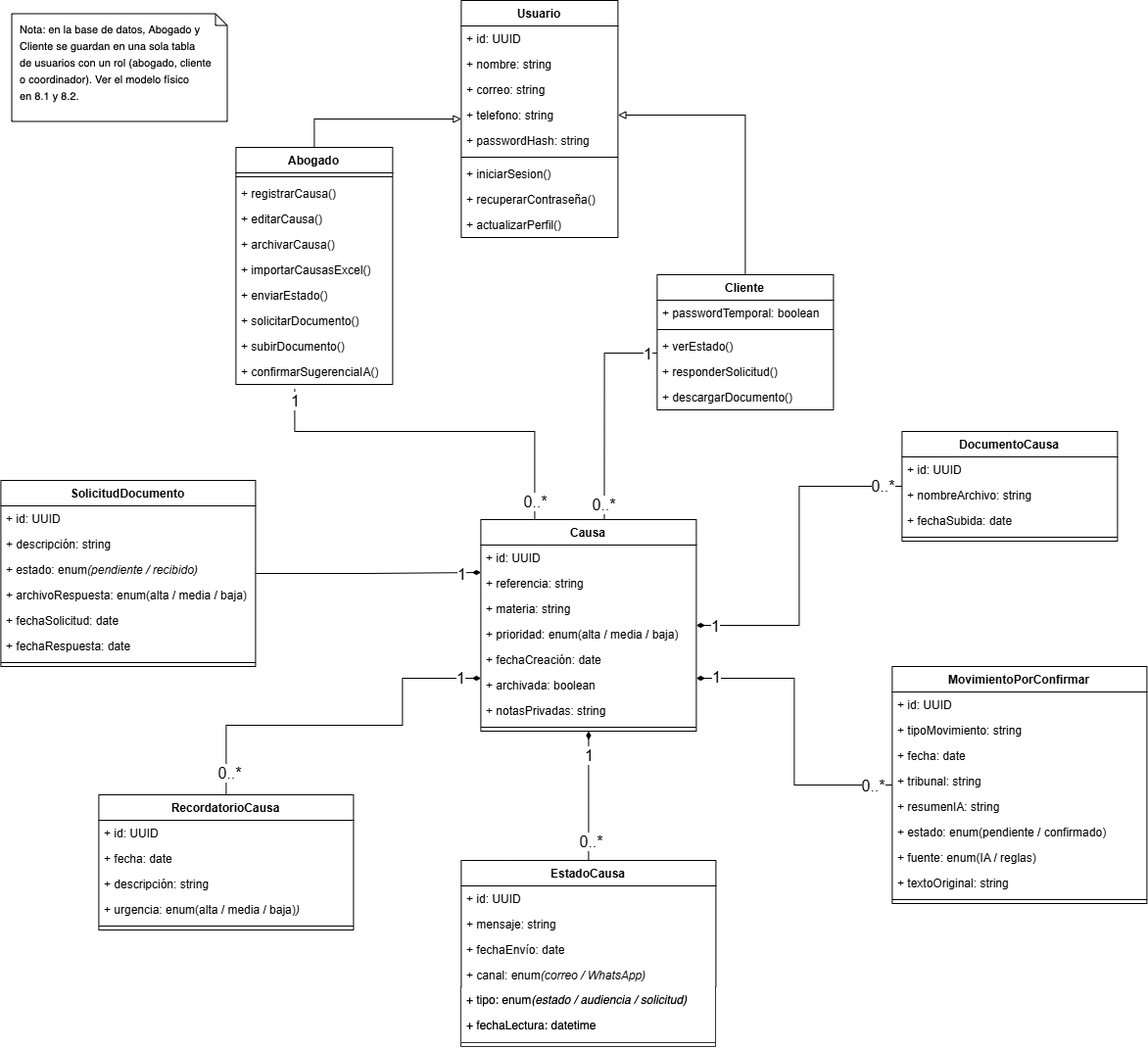
Before: Fase 2/Evidencias Proyecto/Documentacion/Diseño v2/Diagramas/diagrama_clases_v2.drawio.png, a diagram exported from draw.io (sebastianroman16/CAPSTONE). Source tidied: cells renumbered, new cells last; positions are measured from the earlier drawing's top-left corner, leaving out a move shared by most shapes.
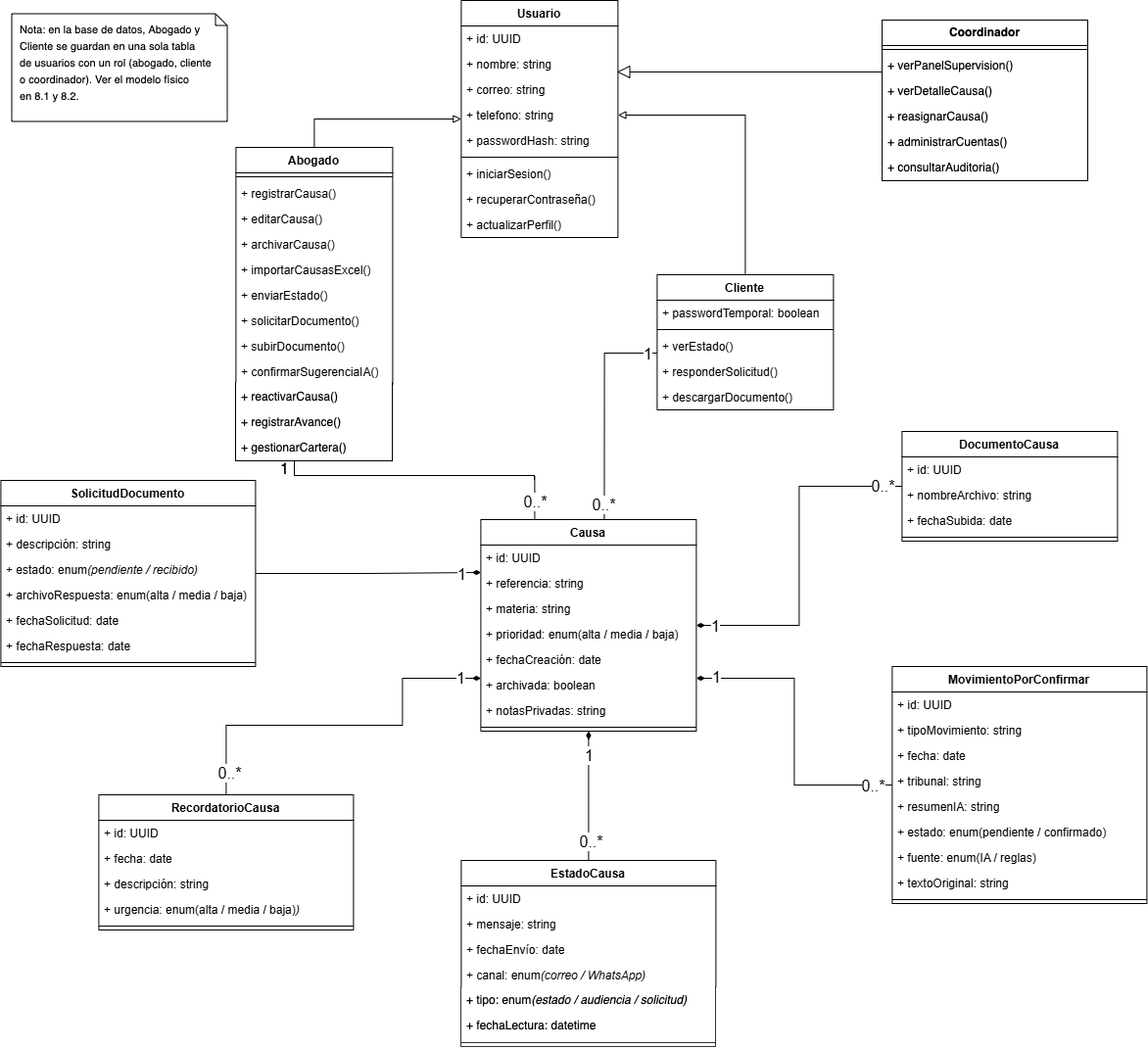
After the change.

The edit, as a diff of the source:
```diff
@@ -54,7 +54,7 @@
       </mxGeometry>
     </mxCell>
     <mxCell id="16" value="Abogado" style="swimlane;fontStyle=1;align=center;verticalAlign=top;horizontal=1;startSize=26;whiteSpace=wrap;html=1;" parent="1" vertex="1">
-      <mxGeometry x="240" y="150" width="160" height="242" as="geometry" />
+      <mxGeometry x="240" y="150" width="160" height="320" as="geometry" />
     </mxCell>
     <mxCell id="17" style="line;strokeWidth=1;fillColor=none;align=left;verticalAlign=middle;spacingTop=-1;spacingLeft=3;spacingRight=3;labelPosition=right;strokeColor=inherit;" parent="16" vertex="1">
       <mxGeometry y="26" width="160" height="8" as="geometry" />
@@ -83,6 +83,15 @@
     <mxCell id="25" value="+&amp;nbsp;confirmarSugerenciaIA()" style="text;strokeColor=none;fillColor=none;align=left;verticalAlign=top;spacingLeft=4;spacingRight=4;overflow=hidden;points=[[0,0.5],[1,0.5]];portConstraint=eastwest;whiteSpace=wrap;html=1;" parent="16" vertex="1">
       <mxGeometry y="216" width="160" height="26" as="geometry" />
     </mxCell>
+    <mxCell id="97" value="+ reactivarCausa()" style="text;strokeColor=none;fillColor=none;align=left;verticalAlign=top;spacingLeft=4;spacingRight=4;overflow=hidden;whiteSpace=wrap;html=1;" parent="16" vertex="1">
+      <mxGeometry y="242" width="160" height="26" as="geometry" />
+    </mxCell>
+    <mxCell id="98" value="+ registrarAvance()" style="text;strokeColor=none;fillColor=none;align=left;verticalAlign=top;spacingLeft=4;spacingRight=4;overflow=hidden;whiteSpace=wrap;html=1;" parent="16" vertex="1">
+      <mxGeometry y="268" width="160" height="26" as="geometry" />
+    </mxCell>
+    <mxCell id="99" value="+ gestionarCartera()" style="text;strokeColor=none;fillColor=none;align=left;verticalAlign=top;spacingLeft=4;spacingRight=4;overflow=hidden;whiteSpace=wrap;html=1;" parent="16" vertex="1">
+      <mxGeometry y="294" width="160" height="26" as="geometry" />
+    </mxCell>
     <mxCell id="26" style="edgeStyle=orthogonalEdgeStyle;rounded=0;jettySize=auto;html=1;entryX=1;entryY=0.5;entryDx=0;entryDy=0;endArrow=block;endFill=0;" parent="1" edge="1" source="27" target="6">
       <mxGeometry relative="1" as="geometry" />
     </mxCell>
@@ -319,5 +328,29 @@
     <mxCell id="96" value="Nota: en la base de datos, Abogado y Cliente se guardan en una sola tabla de usuarios con un rol (abogado, cliente o coordinador). Ver el modelo físico en 8.1 y 8.2." style="shape=note;whiteSpace=wrap;html=1;size=12;align=left;spacingLeft=6;fontSize=11;" parent="1" vertex="1">
       <mxGeometry x="10" y="14" width="220" height="110" as="geometry" />
     </mxCell>
+    <mxCell id="100" value="Coordinador" style="swimlane;fontStyle=1;align=center;verticalAlign=top;horizontal=1;startSize=26;whiteSpace=wrap;html=1;" parent="1" vertex="1">
+      <mxGeometry x="900" y="20" width="210" height="164" as="geometry" />
+    </mxCell>
+    <mxCell id="101" style="line;strokeWidth=1;fillColor=none;align=left;verticalAlign=middle;spacingTop=-1;spacingLeft=3;spacingRight=3;labelPosition=right;strokeColor=inherit;" parent="100" vertex="1">
+      <mxGeometry y="26" width="210" height="8" as="geometry" />
+    </mxCell>
+    <mxCell id="102" value="+ verPanelSupervision()" style="text;strokeColor=none;fillColor=none;align=left;verticalAlign=top;spacingLeft=4;spacingRight=4;overflow=hidden;whiteSpace=wrap;html=1;" parent="100" vertex="1">
+      <mxGeometry y="34" width="210" height="26" as="geometry" />
+    </mxCell>
+    <mxCell id="103" value="+ verDetalleCausa()" style="text;strokeColor=none;fillColor=none;align=left;verticalAlign=top;spacingLeft=4;spacingRight=4;overflow=hidden;whiteSpace=wrap;html=1;" parent="100" vertex="1">
+      <mxGeometry y="60" width="210" height="26" as="geometry" />
+    </mxCell>
+    <mxCell id="104" value="+ reasignarCausa()" style="text;strokeColor=none;fillColor=none;align=left;verticalAlign=top;spacingLeft=4;spacingRight=4;overflow=hidden;whiteSpace=wrap;html=1;" parent="100" vertex="1">
+      <mxGeometry y="86" width="210" height="26" as="geometry" />
+    </mxCell>
+    <mxCell id="105" value="+ administrarCuentas()" style="text;strokeColor=none;fillColor=none;align=left;verticalAlign=top;spacingLeft=4;spacingRight=4;overflow=hidden;whiteSpace=wrap;html=1;" parent="100" vertex="1">
+      <mxGeometry y="112" width="210" height="26" as="geometry" />
+    </mxCell>
+    <mxCell id="106" value="+ consultarAuditoria()" style="text;strokeColor=none;fillColor=none;align=left;verticalAlign=top;spacingLeft=4;spacingRight=4;overflow=hidden;whiteSpace=wrap;html=1;" parent="100" vertex="1">
+      <mxGeometry y="138" width="210" height="26" as="geometry" />
+    </mxCell>
+    <mxCell id="107" style="edgeStyle=orthogonalEdgeStyle;rounded=0;jettySize=auto;html=1;entryX=0;entryY=0.5;entryDx=0;entryDy=0;endArrow=block;endFill=0;exitX=0.5;exitY=0;exitDx=0;exitDy=0;" parent="1" edge="1" source="100" target="2">
+      <mxGeometry relative="1" as="geometry" />
+    </mxCell>
   </root>
 </mxGraphModel>
```
